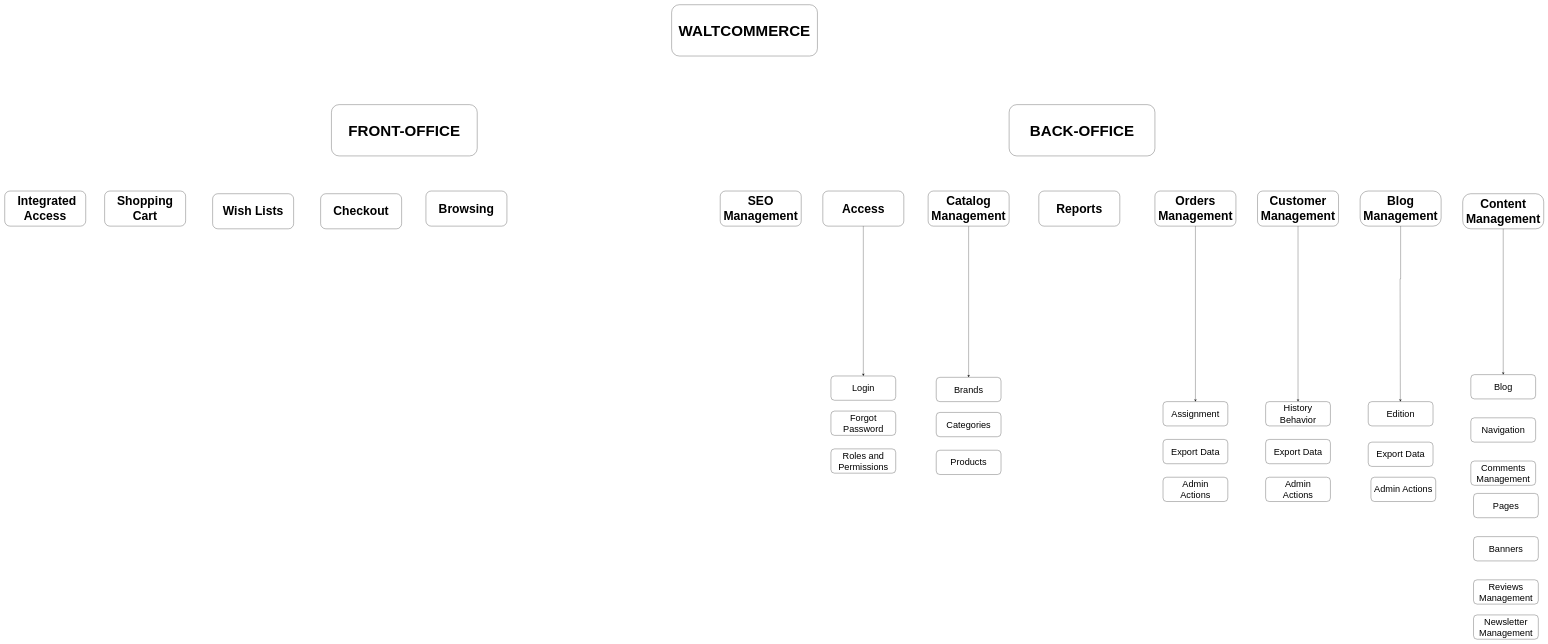
Above: Documentation/Diagrams/1 - Architecture/ARCH001.drawio in shift-dominicana/WaltCommerce (draw.io), before the change. Source tidied: cells renumbered, new cells numbered last; positions are measured from the earlier drawing's top-left corner, leaving out a move shared by most shapes. Both pictures are drawn from the tidied source at 27%, with x=0, y=0 at pixel (5, 5).
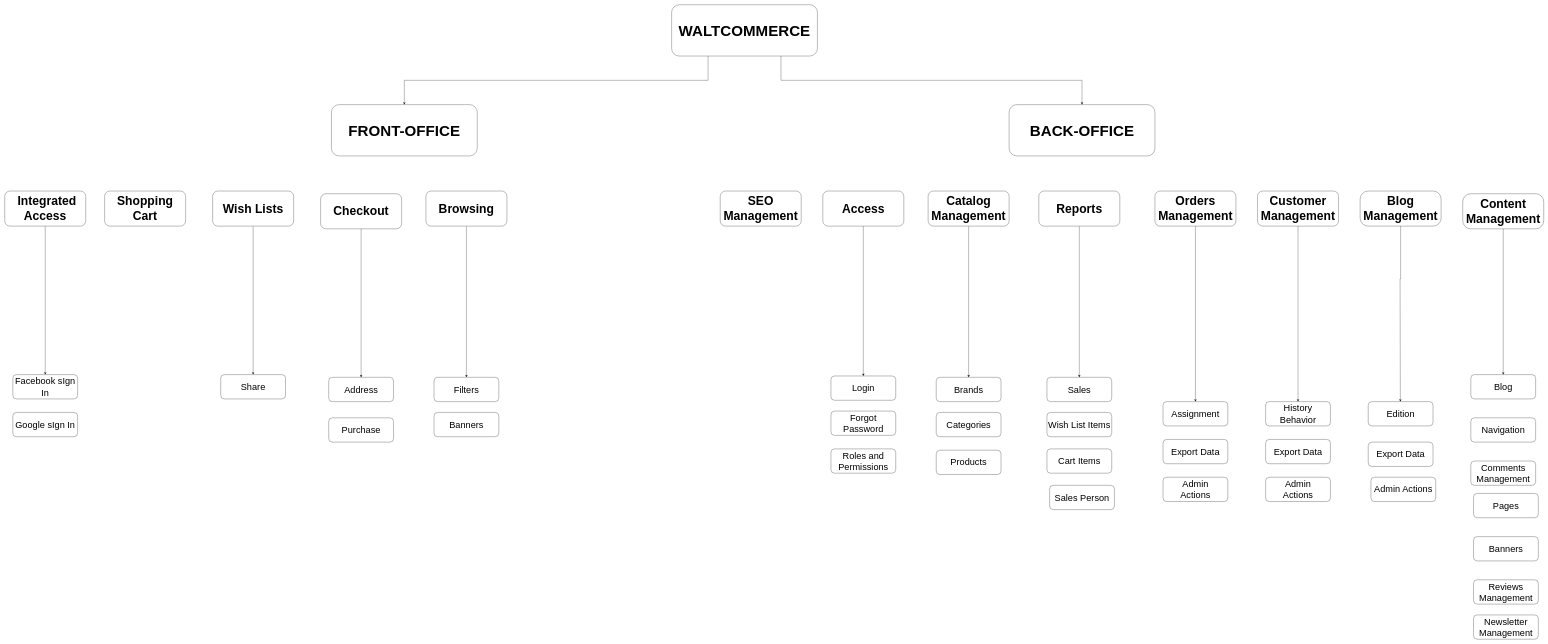
The same page after the edit.

Commit message:
Analysis almost done

The change refers to these unchanged cells:
```xml
<mxCell id="2" value="&lt;font style=&quot;font-size: 56px;&quot;&gt;&lt;b style=&quot;font-size: 56px;&quot;&gt;WALTCOMMERCE&lt;/b&gt;&lt;/font&gt;" style="rounded=1;whiteSpace=wrap;html=1;fontSize=56;" parent="1" vertex="1">
  <mxGeometry x="2470" width="540" height="190" as="geometry" />
</mxCell>
<mxCell id="3" value="&lt;font style=&quot;font-size: 56px&quot;&gt;&lt;b style=&quot;font-size: 56px&quot;&gt;FRONT-OFFICE&lt;/b&gt;&lt;/font&gt;" style="rounded=1;whiteSpace=wrap;html=1;fontSize=56;" parent="1" vertex="1">
  <mxGeometry x="1210" y="370" width="540" height="190" as="geometry" />
</mxCell>
<mxCell id="4" value="&lt;font style=&quot;font-size: 56px&quot;&gt;&lt;b style=&quot;font-size: 56px&quot;&gt;BACK-OFFICE&lt;/b&gt;&lt;/font&gt;" style="rounded=1;whiteSpace=wrap;html=1;fontSize=56;" parent="1" vertex="1">
  <mxGeometry x="3720" y="370" width="540" height="190" as="geometry" />
</mxCell>
<mxCell id="7" value="&lt;font style=&quot;font-size: 45px&quot;&gt;&lt;span style=&quot;font-size: 45px&quot;&gt;Reports&lt;/span&gt;&lt;/font&gt;" style="rounded=1;whiteSpace=wrap;html=1;fontSize=45;fontStyle=1;" parent="1" vertex="1">
  <mxGeometry x="3830" y="690" width="300" height="130" as="geometry" />
</mxCell>
<mxCell id="11" value="&lt;font&gt;&amp;nbsp;Integrated Access&lt;/font&gt;" style="rounded=1;whiteSpace=wrap;html=1;fontSize=45;fontStyle=1;" parent="1" vertex="1">
  <mxGeometry y="690" width="300" height="130" as="geometry" />
</mxCell>
<mxCell id="13" value="&lt;font style=&quot;font-size: 45px&quot;&gt;&lt;b style=&quot;font-size: 45px&quot;&gt;Checkout&lt;/b&gt;&lt;/font&gt;" style="rounded=1;whiteSpace=wrap;html=1;fontSize=45;" parent="1" vertex="1">
  <mxGeometry x="1170" y="700" width="300" height="130" as="geometry" />
</mxCell>
<mxCell id="15" value="&lt;font style=&quot;font-size: 45px&quot;&gt;&lt;b style=&quot;font-size: 45px&quot;&gt;Browsing&lt;/b&gt;&lt;/font&gt;" style="rounded=1;whiteSpace=wrap;html=1;fontSize=45;" parent="1" vertex="1">
  <mxGeometry x="1560" y="690" width="300" height="130" as="geometry" />
</mxCell>
```

The edit, as a diff of the source:
```diff
@@
+    <mxCell id="46" style="edgeStyle=orthogonalEdgeStyle;rounded=0;jettySize=auto;html=1;exitX=0.5;exitY=1;exitDx=0;exitDy=0;entryX=0.5;entryY=0;entryDx=0;entryDy=0;" parent="1" edge="1" source="7" target="57">
+      <mxGeometry relative="1" as="geometry" />
+    </mxCell>
@@
+    <mxCell id="47" style="edgeStyle=orthogonalEdgeStyle;rounded=0;jettySize=auto;html=1;exitX=0.5;exitY=1;exitDx=0;exitDy=0;" parent="1" edge="1" source="11" target="62">
+      <mxGeometry relative="1" as="geometry" />
+    </mxCell>
@@
+    <mxCell id="48" style="edgeStyle=orthogonalEdgeStyle;rounded=0;jettySize=auto;html=1;exitX=0.5;exitY=1;exitDx=0;exitDy=0;" parent="1" edge="1" source="13" target="55">
+      <mxGeometry relative="1" as="geometry" />
+    </mxCell>
@@
+    <mxCell id="49" style="edgeStyle=orthogonalEdgeStyle;rounded=0;jettySize=auto;html=1;exitX=0.5;exitY=1;exitDx=0;exitDy=0;entryX=0.5;entryY=0;entryDx=0;entryDy=0;" parent="1" edge="1" source="14" target="61">
+      <mxGeometry relative="1" as="geometry" />
+    </mxCell>
     <mxCell id="14" value="&lt;font style=&quot;font-size: 45px&quot;&gt;&lt;b style=&quot;font-size: 45px&quot;&gt;Wish Lists&lt;/b&gt;&lt;/font&gt;" style="rounded=1;whiteSpace=wrap;html=1;fontSize=45;" parent="1" vertex="1">
-      <mxGeometry x="770" y="700" width="300" height="130" as="geometry" />
+      <mxGeometry x="770" y="690" width="300" height="130" as="geometry" />
     </mxCell>
+    <mxCell id="50" style="edgeStyle=orthogonalEdgeStyle;rounded=0;jettySize=auto;html=1;exitX=0.5;exitY=1;exitDx=0;exitDy=0;entryX=0.5;entryY=0;entryDx=0;entryDy=0;" parent="1" edge="1" source="15" target="53">
+      <mxGeometry relative="1" as="geometry" />
+    </mxCell>
@@
+    <mxCell id="51" style="endArrow=classic;html=1;rounded=0;exitX=0.75;exitY=1;exitDx=0;exitDy=0;entryX=0.5;entryY=0;entryDx=0;entryDy=0;edgeStyle=orthogonalEdgeStyle;" parent="1" edge="1" source="2" target="4">
+      <mxGeometry relative="1" as="geometry" />
+    </mxCell>
+    <mxCell id="52" style="endArrow=classic;html=1;rounded=0;exitX=0.25;exitY=1;exitDx=0;exitDy=0;entryX=0.5;entryY=0;entryDx=0;entryDy=0;edgeStyle=orthogonalEdgeStyle;" parent="1" edge="1" source="2" target="3">
+      <mxGeometry relative="1" as="geometry" />
+    </mxCell>
+    <mxCell id="53" value="Filters" style="rounded=1;whiteSpace=wrap;html=1;fontSize=34;fontStyle=0;" parent="1" vertex="1">
+      <mxGeometry x="1590" y="1380" width="240" height="90" as="geometry" />
+    </mxCell>
+    <mxCell id="54" value="Banners" style="rounded=1;whiteSpace=wrap;html=1;fontSize=34;fontStyle=0;" parent="1" vertex="1">
+      <mxGeometry x="1590" y="1510" width="240" height="90" as="geometry" />
+    </mxCell>
+    <mxCell id="55" value="Address" style="rounded=1;whiteSpace=wrap;html=1;fontSize=34;fontStyle=0;" parent="1" vertex="1">
+      <mxGeometry x="1200" y="1380" width="240" height="90" as="geometry" />
+    </mxCell>
+    <mxCell id="56" value="Purchase" style="rounded=1;whiteSpace=wrap;html=1;fontSize=34;fontStyle=0;" parent="1" vertex="1">
+      <mxGeometry x="1200" y="1530" width="240" height="90" as="geometry" />
+    </mxCell>
+    <mxCell id="57" value="Sales" style="rounded=1;whiteSpace=wrap;html=1;fontSize=34;fontStyle=0;" parent="1" vertex="1">
+      <mxGeometry x="3860" y="1380" width="240" height="90" as="geometry" />
+    </mxCell>
+    <mxCell id="58" value="Wish List Items" style="rounded=1;whiteSpace=wrap;html=1;fontSize=34;fontStyle=0;" parent="1" vertex="1">
+      <mxGeometry x="3860" y="1510" width="240" height="90" as="geometry" />
+    </mxCell>
+    <mxCell id="59" value="Cart Items" style="rounded=1;whiteSpace=wrap;html=1;fontSize=34;fontStyle=0;" parent="1" vertex="1">
+      <mxGeometry x="3860" y="1645" width="240" height="90" as="geometry" />
+    </mxCell>
+    <mxCell id="60" value="Sales Person" style="rounded=1;whiteSpace=wrap;html=1;fontSize=34;fontStyle=0;" parent="1" vertex="1">
+      <mxGeometry x="3870" y="1780" width="240" height="90" as="geometry" />
+    </mxCell>
+    <mxCell id="61" value="Share" style="rounded=1;whiteSpace=wrap;html=1;fontSize=34;fontStyle=0;" parent="1" vertex="1">
+      <mxGeometry x="800" y="1370" width="240" height="90" as="geometry" />
+    </mxCell>
+    <mxCell id="62" value="Facebook sIgn In" style="rounded=1;whiteSpace=wrap;html=1;fontSize=34;fontStyle=0;" parent="1" vertex="1">
+      <mxGeometry x="30" y="1370" width="240" height="90" as="geometry" />
+    </mxCell>
+    <mxCell id="63" value="Google sIgn In" style="rounded=1;whiteSpace=wrap;html=1;fontSize=34;fontStyle=0;" parent="1" vertex="1">
+      <mxGeometry x="30" y="1510" width="240" height="90" as="geometry" />
+    </mxCell>
```
